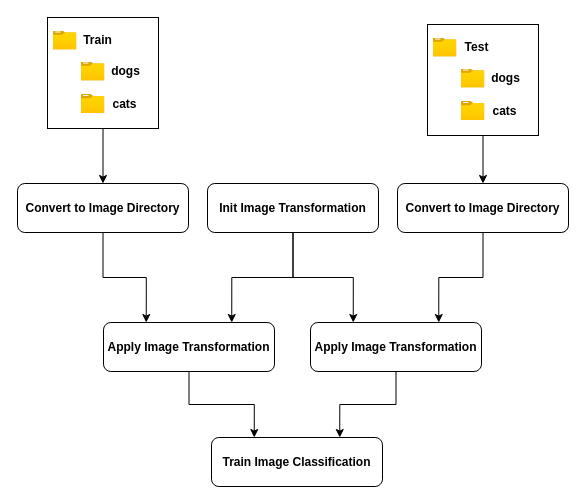
This is Azure ML/pipeline-graph-designer.drawio from hadi-ansari/MLOps, a draw.io file, before an edit. Source tidied: cells renumbered, new cells numbered last; positions are measured from the earlier drawing's top-left corner, leaving out a move shared by most shapes. Both pictures are drawn from the tidied source at 100%, with x=0, y=0 at pixel (17, 17).
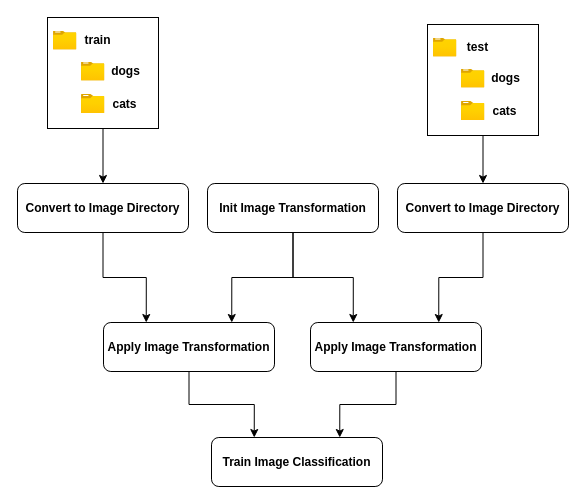
The same diagram, later.

Change to the diagram source:
```diff
@@
-    <mxCell id="17" value="&lt;b&gt;Train&lt;/b&gt;" style="text;html=1;align=center;verticalAlign=middle;strokeColor=none;fillColor=none;" parent="1" vertex="1">
-      <mxGeometry x="56.4" y="10" width="47" height="26" as="geometry" />
+    <mxCell id="17" value="&lt;b&gt;train&lt;/b&gt;" style="text;html=1;align=center;verticalAlign=middle;strokeColor=none;fillColor=none;" parent="1" vertex="1">
+      <mxGeometry x="58.4" y="10" width="44" height="26" as="geometry" />
     </mxCell>
@@
-    <mxCell id="25" value="&lt;b&gt;Test&lt;/b&gt;" style="text;html=1;align=center;verticalAlign=middle;strokeColor=none;fillColor=none;" parent="1" vertex="1">
-      <mxGeometry x="438.4" y="17" width="42" height="26" as="geometry" />
+    <mxCell id="25" value="&lt;b&gt;test&lt;/b&gt;" style="text;html=1;align=center;verticalAlign=middle;strokeColor=none;fillColor=none;" parent="1" vertex="1">
+      <mxGeometry x="440.4" y="17" width="39" height="26" as="geometry" />
     </mxCell>
```
